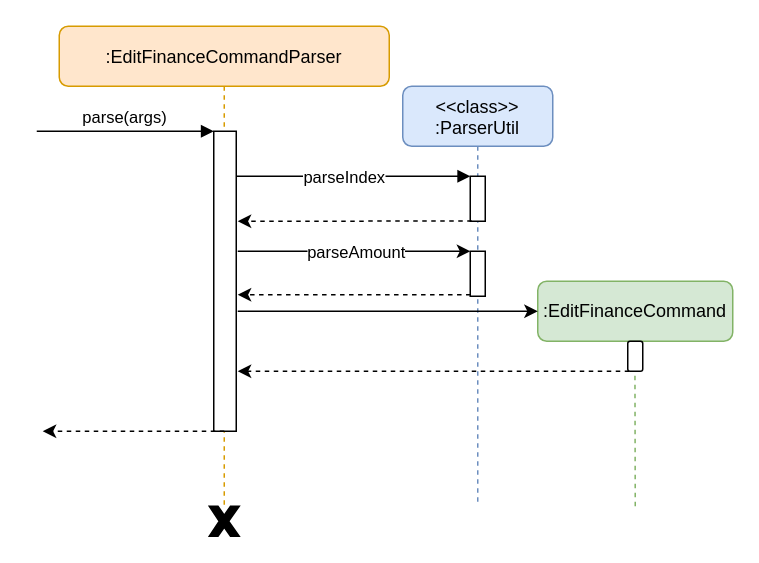
nus-cs2103-AY2021S1/tp keeps this draw.io diagram as docs/diagrams/logic/EditFinanceSequenceDiagram.drawio. Above is the earlier version. Source tidied: cells renumbered, new cells numbered last; positions are measured from the earlier drawing's top-left corner, leaving out a move shared by most shapes. Both pictures are drawn from the tidied source at 150%, with x=0, y=0 at pixel (36, 26).
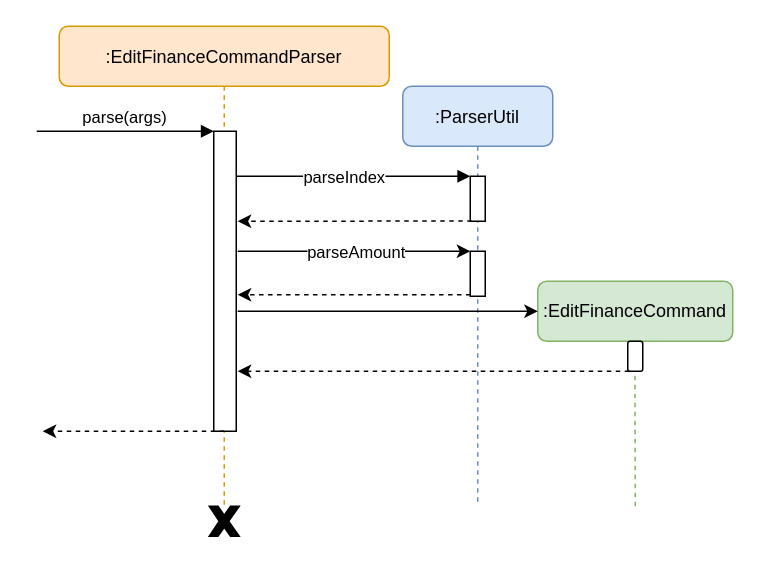
After the change.

The edit, as a diff of the source:
```diff
@@
-    <mxCell id="5" value="&lt;&lt;class&gt;&gt;&#10;:ParserUtil" style="shape=umlLifeline;perimeter=lifelinePerimeter;rounded=1;shadow=0;strokeWidth=1;size=40;fillColor=#dae8fc;strokeColor=#6c8ebf;" parent="1" vertex="1">
+    <mxCell id="5" value=":ParserUtil" style="shape=umlLifeline;perimeter=lifelinePerimeter;rounded=1;shadow=0;strokeWidth=1;size=40;fillColor=#dae8fc;strokeColor=#6c8ebf;" parent="1" vertex="1">
       <mxGeometry x="244" y="40" width="100" height="280" as="geometry" />
     </mxCell>
```
